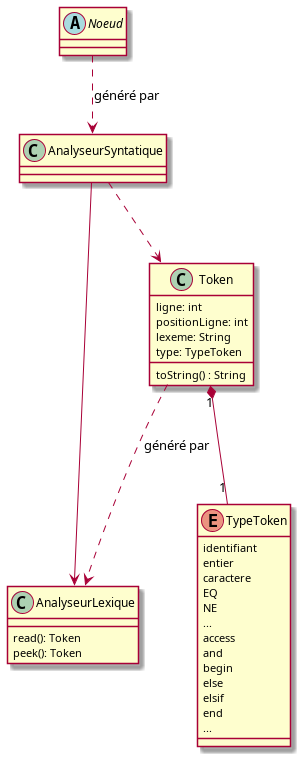
Above: diagrammes/classes.png in LucasEBSkora/projet-compilateur-PCL (PlantUML), before the change. The source it was exported from:
```plantuml
@startuml
Class AnalyseurLexique {
  read(): Token
  peek(): Token
}

class AnalyseurSyntatique {

}

class Token {
  ligne: int
  positionLigne: int
  lexeme: String
  type: TypeToken
  toString() : String
}

Enum TypeToken {
  identifiant
  entier
  caractere
  EQ
  NE
  ...
  access
  and
  begin
  else
  elsif
  end
  ...
}

abstract class Noeud {

}

AnalyseurSyntatique --> AnalyseurLexique
AnalyseurSyntatique ..> Token
Noeud ..> AnalyseurSyntatique : "généré par"
Token "1" *-- "1" TypeToken
Token ..> AnalyseurLexique : "généré par"
@enduml
```
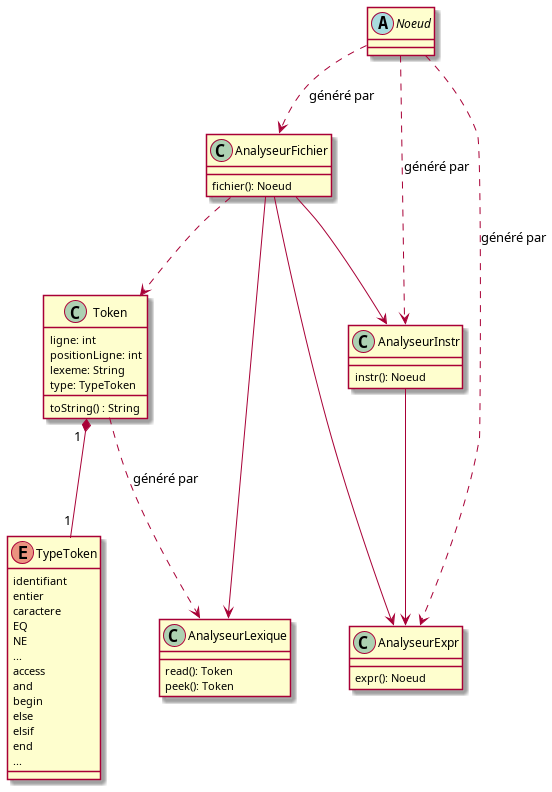
After the commit.

Commit message:
ajoute  les autres types de token, divise l'analyseur syntatique dans le diagramme

Diff of the diagram source:
```diff
@@ -4,8 +4,16 @@
   peek(): Token
 }
 
-class AnalyseurSyntatique {
+class AnalyseurFichier {
+  fichier(): Noeud
+}
 
+class AnalyseurInstr {
+  instr(): Noeud
+}
+
+class AnalyseurExpr {
+  expr(): Noeud
 }
 
 class Token {
@@ -36,9 +44,16 @@
 
 }
 
-AnalyseurSyntatique --> AnalyseurLexique
-AnalyseurSyntatique ..> Token
-Noeud ..> AnalyseurSyntatique : "généré par"
+AnalyseurFichier --> AnalyseurLexique
+AnalyseurFichier --> AnalyseurInstr
+AnalyseurFichier --> AnalyseurExpr
+
+AnalyseurInstr --> AnalyseurExpr
+
+AnalyseurFichier ..> Token
+Noeud ..> AnalyseurFichier : "généré par"
+Noeud ..> AnalyseurInstr : "généré par"
+Noeud ..> AnalyseurExpr : "généré par"
 Token "1" *-- "1" TypeToken
 Token ..> AnalyseurLexique : "généré par"
 @enduml
```
